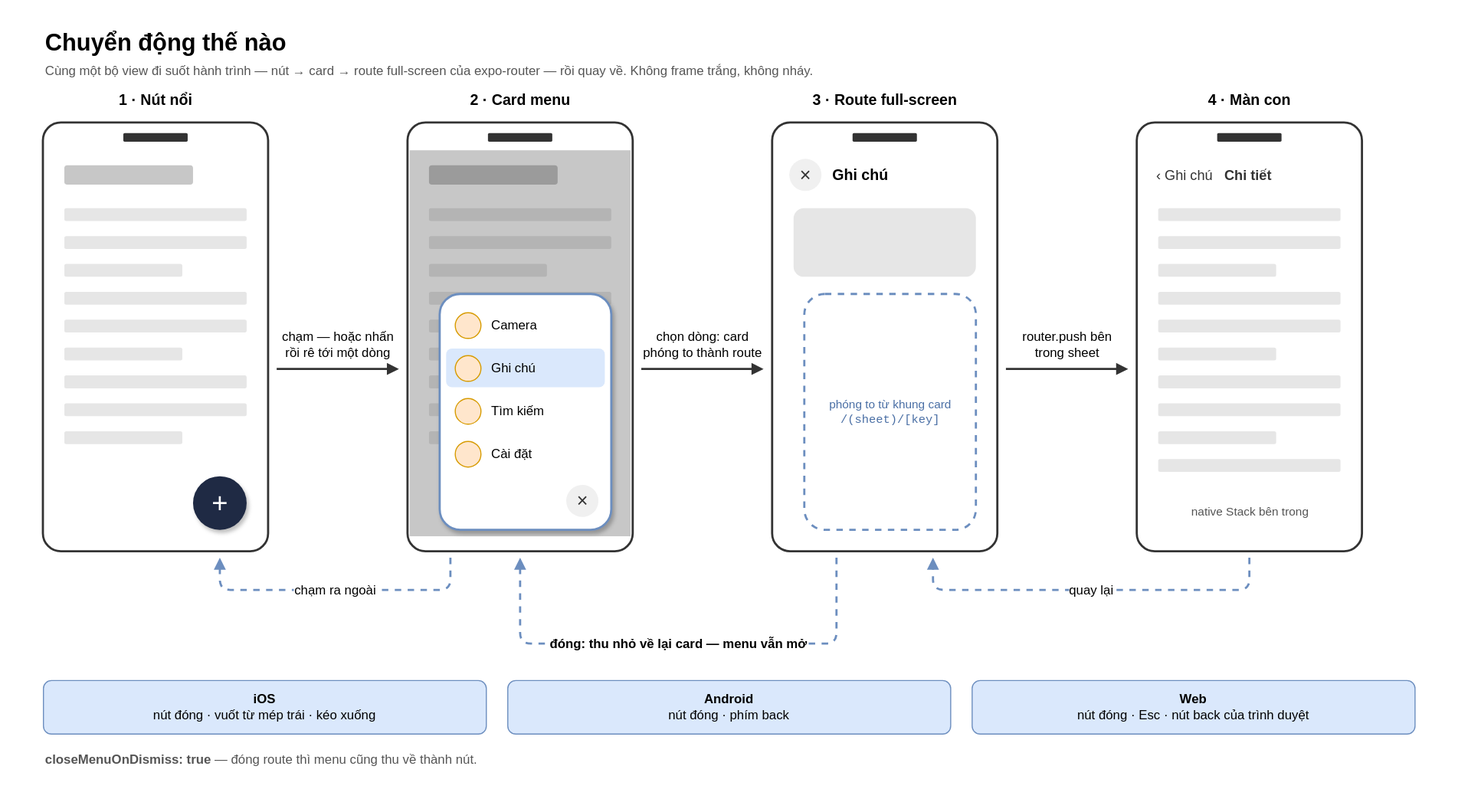
Before: docs/diagrams/svg/vi/0-overview.svg, a diagram exported from draw.io (anhtuank7c/expo-morph-menu). Source tidied: cells renumbered, new cells last; positions are measured from the earlier drawing's top-left corner, leaving out a move shared by most shapes.
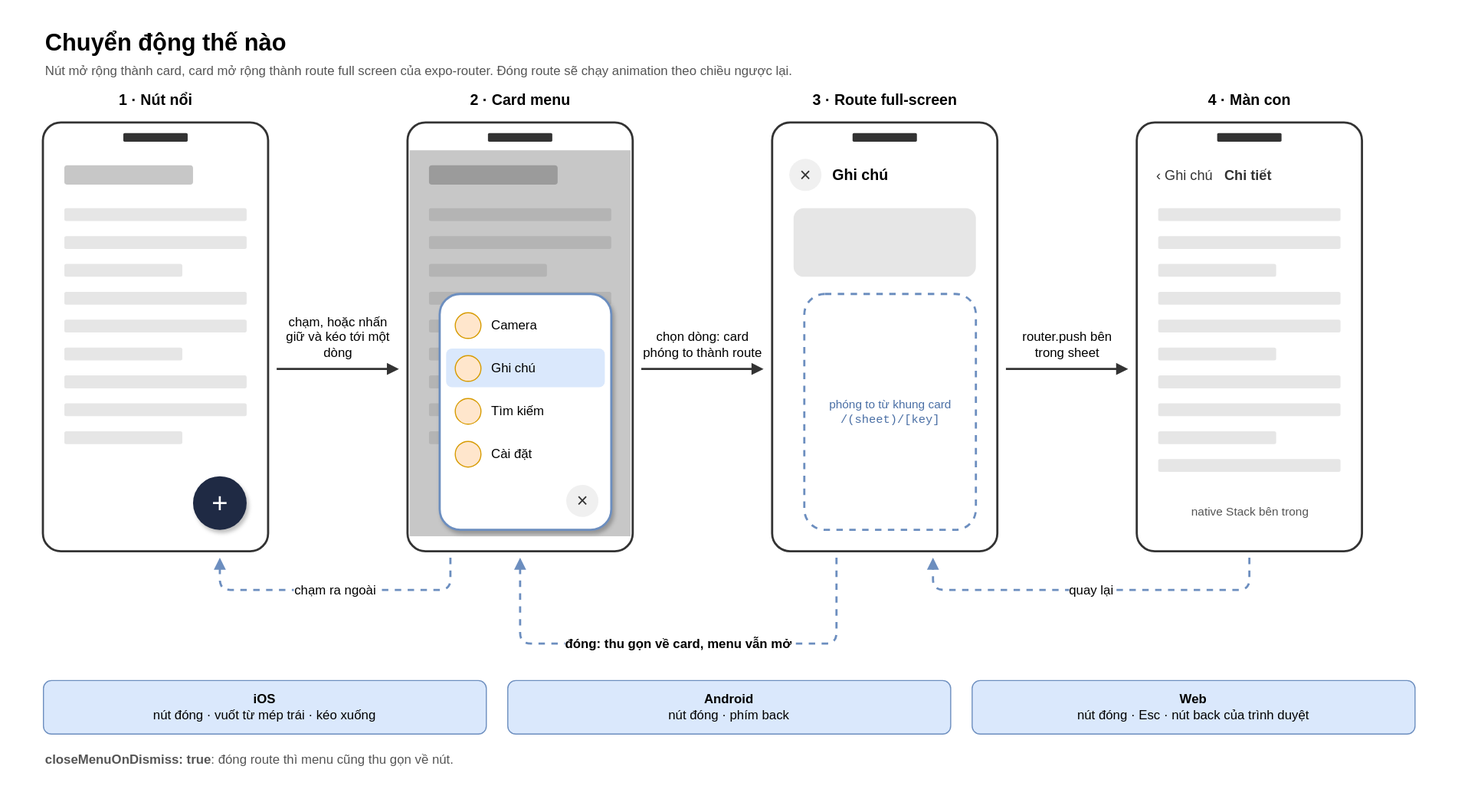
The same file after the commit.

What changed in the source:
```diff
@@ -5,7 +5,7 @@
     <mxCell id="2" value="Chuyển động thế nào" style="text;html=1;fontSize=22;fontStyle=1;align=left;verticalAlign=top;" parent="1" vertex="1">
       <mxGeometry x="20" width="1300" height="30" as="geometry" />
     </mxCell>
-    <mxCell id="3" value="Cùng một bộ view đi suốt hành trình — nút → card → route full-screen của expo-router — rồi quay về. Không frame trắng, không nháy." style="text;html=1;fontSize=12;fontColor=#555555;align=left;verticalAlign=top;whiteSpace=wrap;" parent="1" vertex="1">
+    <mxCell id="3" value="Nút mở rộng thành card, card mở rộng thành route full screen của expo-router. Đóng route sẽ chạy animation theo chiều ngược lại." style="text;html=1;fontSize=12;fontColor=#555555;align=left;verticalAlign=top;whiteSpace=wrap;" parent="1" vertex="1">
       <mxGeometry x="20" y="32" width="1300" height="22" as="geometry" />
     </mxCell>
     <mxCell id="4" value="1 · Nút nổi" style="text;html=1;fontSize=14;fontStyle=1;align=center;verticalAlign=middle;whiteSpace=wrap;" parent="1" vertex="1">
@@ -191,7 +191,7 @@
     <mxCell id="64" value="native Stack bên trong" style="text;html=1;fontSize=11;align=center;fontColor=#555555;" parent="1" vertex="1">
       <mxGeometry x="1050" y="444" width="190" height="20" as="geometry" />
     </mxCell>
-    <mxCell id="65" value="chạm — hoặc nhấn rồi rê tới một dòng" style="text;html=1;fontSize=12;align=center;verticalAlign=bottom;whiteSpace=wrap;" parent="1" vertex="1">
+    <mxCell id="65" value="chạm, hoặc nhấn giữ và kéo tới một dòng" style="text;html=1;fontSize=12;align=center;verticalAlign=bottom;whiteSpace=wrap;" parent="1" vertex="1">
       <mxGeometry x="238" y="254" width="114" height="64" as="geometry" />
     </mxCell>
     <mxCell id="66" style="endArrow=block;endFill=1;html=1;strokeWidth=2;strokeColor=#333333;" parent="1" edge="1">
@@ -228,7 +228,7 @@
         </Array>
       </mxGeometry>
     </mxCell>
-    <mxCell id="72" value="&lt;b&gt;đóng: thu nhỏ về lại card — menu vẫn mở&lt;/b&gt;" style="endArrow=block;endFill=1;html=1;fontSize=12;labelBackgroundColor=#ffffff;strokeColor=#6c8ebf;strokeWidth=2;dashed=1;" parent="1" edge="1">
+    <mxCell id="72" value="&lt;b&gt;đóng: thu gọn về card, menu vẫn mở&lt;/b&gt;" style="endArrow=block;endFill=1;html=1;fontSize=12;labelBackgroundColor=#ffffff;strokeColor=#6c8ebf;strokeWidth=2;dashed=1;" parent="1" edge="1">
       <mxGeometry relative="1" as="geometry">
         <mxPoint x="760" y="500" as="sourcePoint" />
         <mxPoint x="465" y="500" as="targetPoint" />
@@ -257,7 +257,7 @@
     <mxCell id="76" value="&lt;b&gt;Web&lt;/b&gt;&lt;br&gt;nút đóng · Esc · nút back của trình duyệt" style="rounded=1;whiteSpace=wrap;html=1;fillColor=#dae8fc;strokeColor=#6c8ebf;" parent="1" vertex="1">
       <mxGeometry x="886" y="614" width="413" height="50" as="geometry" />
     </mxCell>
-    <mxCell id="77" value="&lt;b&gt;closeMenuOnDismiss: true&lt;/b&gt; — đóng route thì menu cũng thu về thành nút." style="text;html=1;fontSize=12;fontColor=#555555;align=left;verticalAlign=top;whiteSpace=wrap;" parent="1" vertex="1">
+    <mxCell id="77" value="&lt;b&gt;closeMenuOnDismiss: true&lt;/b&gt;: đóng route thì menu cũng thu gọn về nút." style="text;html=1;fontSize=12;fontColor=#555555;align=left;verticalAlign=top;whiteSpace=wrap;" parent="1" vertex="1">
       <mxGeometry x="20" y="674" width="1300" height="22" as="geometry" />
     </mxCell>
   </root>
```
